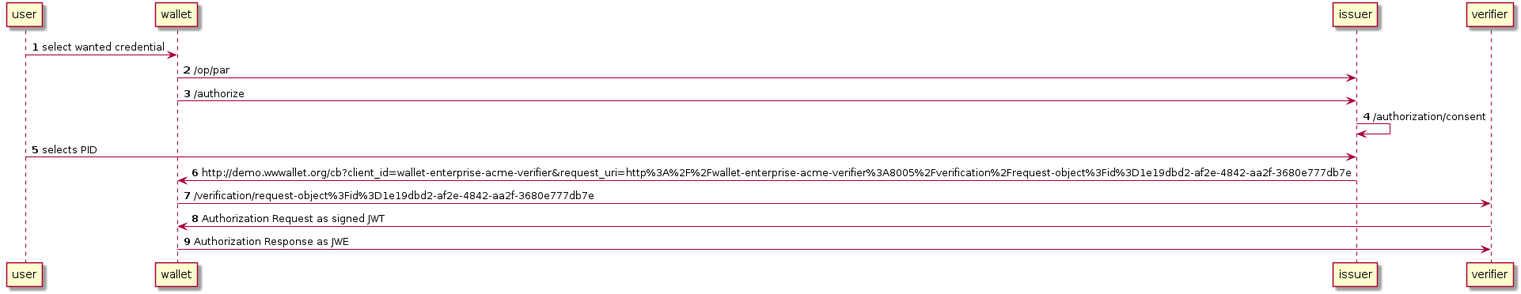
Above: docs/diagrams/pid_auth_flow.png in dc4eu/vc (PlantUML), before the change. Its source is kept beside it as docs/diagrams/pid_auth_flow.puml.
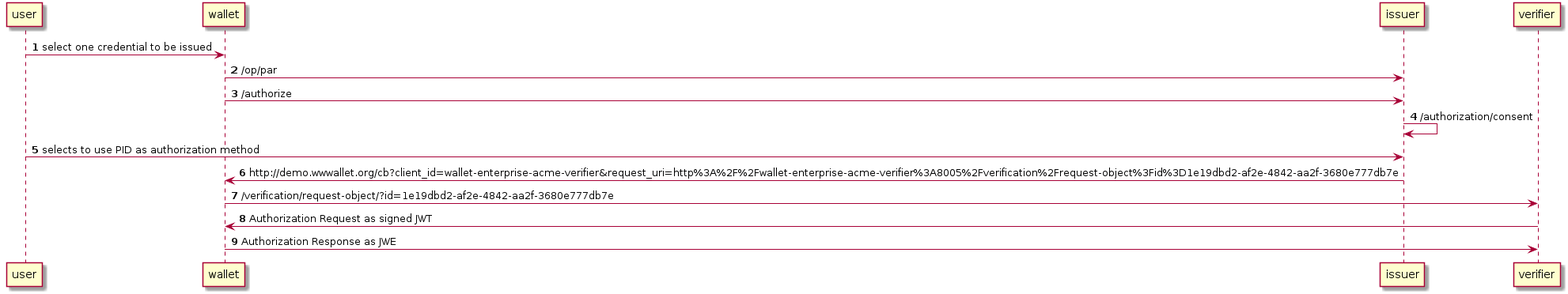
After the commit.

Diff of the diagram source:
```diff
@@ -5,10 +5,12 @@
 wallet -> issuer: /op/par
 wallet -> issuer: /authorize
 issuer -> issuer: /authorization/consent
-user -> issuer: selects PID
+user -> issuer: selects to use PID as authorization method
 issuer -> wallet: http://demo.wwwallet.org/cb?client_id=wallet-enterprise-acme-verifier&request_uri=http%3A%2F%2Fwallet-enterprise-acme-verifier%3A8005%2Fverification%2Frequest-object%3Fid%3D1e19dbd2-af2e-4842-aa2f-3680e777db7e
 wallet -> verifier: /verification/request-object/?id=1e19dbd2-af2e-4842-aa2f-3680e777db7e
 verifier -> wallet: Authorization Request as signed JWT
+// wallet gui
 wallet -> verifier: Authorization Response as JWE
+user -> issuer: consenting to use pid
 
 @enduml
```
